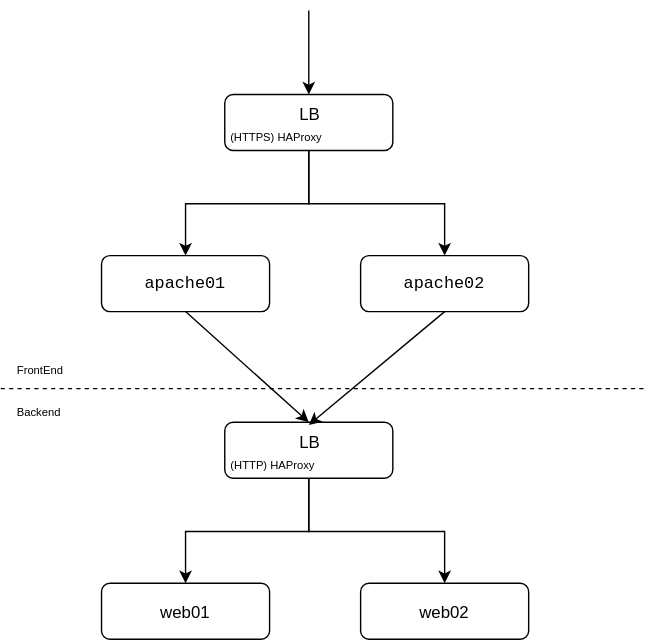
psamagal/vagrant-apache-modproxy keeps this draw.io diagram as overview.svg. Above is the earlier version. Source tidied: cells renumbered, new cells last; positions are measured from the earlier drawing's top-left corner, leaving out a move shared by most shapes.
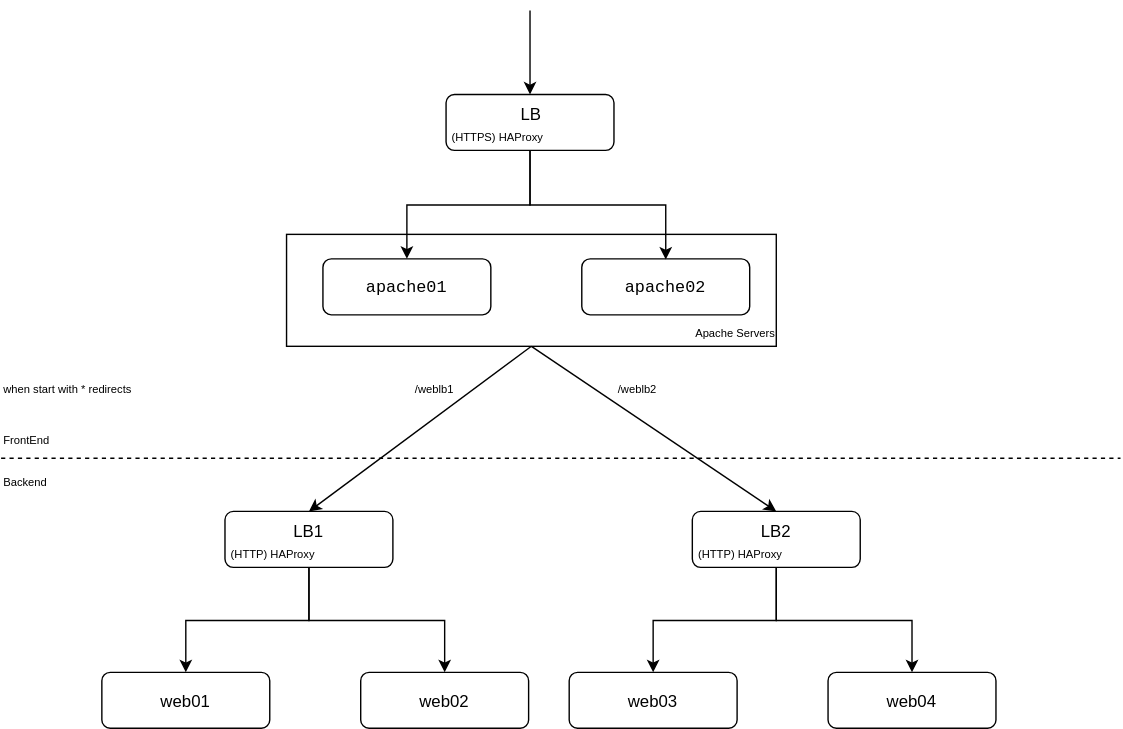
After the commit.

Commit message:
Define project objective

What changed in the source:
```diff
@@ -2,69 +2,112 @@
   <root>
     <mxCell id="0" />
     <mxCell id="1" parent="0" />
-    <mxCell id="2" style="group;" parent="1" vertex="1">
-      <mxGeometry width="460" height="449" as="geometry" />
-    </mxCell>
+    <mxCell id="15" style="endArrow=none;dashed=1;html=1;fontSize=8;" parent="1" edge="1">
+      <mxGeometry relative="1" as="geometry">
+        <mxPoint x="-10" y="380" as="sourcePoint" />
+        <mxPoint x="790" y="380" as="targetPoint" />
+      </mxGeometry>
+    </mxCell>
+    <mxCell id="16" value="FrontEnd" style="text;html=1;align=left;verticalAlign=top;spacingTop=-4;fontSize=8;" parent="1" vertex="1">
+      <mxGeometry x="-10" y="360" width="50" height="10" as="geometry" />
+    </mxCell>
+    <mxCell id="17" value="Backend" style="text;html=1;align=left;verticalAlign=top;spacingTop=-4;fontSize=8;" parent="1" vertex="1">
+      <mxGeometry x="-10" y="390" width="50" height="10" as="geometry" />
+    </mxCell>
+    <mxCell id="18" style="endArrow=classic;html=1;fontSize=8;exitX=0.5;exitY=1;entryX=0.5;entryY=0;" parent="1" edge="1" source="32" target="5">
+      <mxGeometry relative="1" as="geometry" />
+    </mxCell>
+    <mxCell id="21" style="group;" parent="1" vertex="1">
+      <mxGeometry x="396" y="418" width="305" height="155" as="geometry" />
+    </mxCell>
+    <mxCell id="22" style="group;" parent="21" vertex="1">
+      <mxGeometry width="305" height="155" as="geometry" />
+    </mxCell>
+    <mxCell id="23" value="LB2" style="rounded=1;whiteSpace=wrap;html=1;verticalAlign=top;" parent="22" vertex="1">
+      <mxGeometry x="88" width="120" height="40" as="geometry" />
+    </mxCell>
+    <mxCell id="24" value="&lt;div style=&quot;text-align: left&quot;&gt;&lt;span&gt;(HTTP) HAProxy&lt;/span&gt;&lt;/div&gt;" style="text;html=1;strokeColor=none;fillColor=none;align=center;verticalAlign=middle;whiteSpace=wrap;fontSize=8;" parent="22" vertex="1">
+      <mxGeometry x="82" y="20" width="80" height="20" as="geometry" />
+    </mxCell>
+    <mxCell id="25" value="web03" style="rounded=1;whiteSpace=wrap;html=1;verticalAlign=middle;" parent="22" vertex="1">
+      <mxGeometry y="115" width="120" height="40" as="geometry" />
+    </mxCell>
+    <mxCell id="26" style="edgeStyle=orthogonalEdgeStyle;rounded=0;html=1;entryX=0.5;entryY=0;jettySize=auto;fontSize=8;" parent="22" edge="1" source="23" target="25">
+      <mxGeometry relative="1" as="geometry" />
+    </mxCell>
+    <mxCell id="27" value="web04" style="rounded=1;whiteSpace=wrap;html=1;verticalAlign=middle;" parent="22" vertex="1">
+      <mxGeometry x="185" y="115" width="120" height="40" as="geometry" />
+    </mxCell>
+    <mxCell id="28" style="edgeStyle=orthogonalEdgeStyle;rounded=0;html=1;jettySize=auto;fontSize=8;" parent="22" edge="1" source="23" target="27">
+      <mxGeometry relative="1" as="geometry" />
+    </mxCell>
+    <mxCell id="29" style="group;" parent="1" vertex="1">
+      <mxGeometry x="62" y="418" width="305" height="155" as="geometry" />
+    </mxCell>
+    <mxCell id="30" style="group;" parent="29" vertex="1">
+      <mxGeometry width="305" height="155" as="geometry" />
+    </mxCell>
+    <mxCell id="5" value="LB1" style="rounded=1;whiteSpace=wrap;html=1;verticalAlign=top;" parent="30" vertex="1">
+      <mxGeometry x="88" width="120" height="40" as="geometry" />
+    </mxCell>
+    <mxCell id="11" value="&lt;div style=&quot;text-align: left&quot;&gt;&lt;span&gt;(HTTP) HAProxy&lt;/span&gt;&lt;/div&gt;" style="text;html=1;strokeColor=none;fillColor=none;align=center;verticalAlign=middle;whiteSpace=wrap;fontSize=8;" parent="30" vertex="1">
+      <mxGeometry x="82" y="20" width="80" height="20" as="geometry" />
+    </mxCell>
+    <mxCell id="12" value="web01" style="rounded=1;whiteSpace=wrap;html=1;verticalAlign=middle;" parent="30" vertex="1">
+      <mxGeometry y="115" width="120" height="40" as="geometry" />
+    </mxCell>
+    <mxCell id="13" style="edgeStyle=orthogonalEdgeStyle;rounded=0;html=1;entryX=0.5;entryY=0;jettySize=auto;fontSize=8;" parent="30" edge="1" source="5" target="12">
+      <mxGeometry relative="1" as="geometry" />
+    </mxCell>
+    <mxCell id="14" value="web02" style="rounded=1;whiteSpace=wrap;html=1;verticalAlign=middle;" parent="30" vertex="1">
+      <mxGeometry x="185" y="115" width="120" height="40" as="geometry" />
+    </mxCell>
+    <mxCell id="19" style="edgeStyle=orthogonalEdgeStyle;rounded=0;html=1;jettySize=auto;fontSize=8;" parent="30" edge="1" source="5" target="14">
+      <mxGeometry relative="1" as="geometry" />
+    </mxCell>
+    <mxCell id="31" style="group;" parent="1" vertex="1">
+      <mxGeometry x="194" y="60" width="350" height="240" as="geometry" />
+    </mxCell>
+    <mxCell id="32" style="rounded=0;whiteSpace=wrap;html=1;fontSize=8;align=center;" parent="31" vertex="1">
+      <mxGeometry y="160" width="350" height="80" as="geometry" />
+    </mxCell>
-    <mxCell id="3" value="&lt;pre&gt;&lt;span&gt;apache02&lt;/span&gt;&lt;/pre&gt;" style="rounded=1;whiteSpace=wrap;html=1;" parent="2" vertex="1">
-      <mxGeometry x="257" y="175" width="120" height="40" as="geometry" />
+    <mxCell id="3" value="&lt;pre&gt;&lt;span&gt;apache02&lt;/span&gt;&lt;/pre&gt;" style="rounded=1;whiteSpace=wrap;html=1;" parent="31" vertex="1">
+      <mxGeometry x="211" y="177.5" width="120" height="40" as="geometry" />
     </mxCell>
-    <mxCell id="4" value="&lt;pre&gt;&lt;span&gt;apache01&lt;/span&gt;&lt;/pre&gt;" style="rounded=1;whiteSpace=wrap;html=1;" parent="2" vertex="1">
-      <mxGeometry x="72" y="175" width="120" height="40" as="geometry" />
+    <mxCell id="4" value="&lt;pre&gt;&lt;span&gt;apache01&lt;/span&gt;&lt;/pre&gt;" style="rounded=1;whiteSpace=wrap;html=1;" parent="31" vertex="1">
+      <mxGeometry x="26" y="177.5" width="120" height="40" as="geometry" />
     </mxCell>
-    <mxCell id="5" value="LB" style="rounded=1;whiteSpace=wrap;html=1;verticalAlign=top;" parent="2" vertex="1">
-      <mxGeometry x="160" y="294" width="120" height="40" as="geometry" />
-    </mxCell>
-    <mxCell id="6" style="edgeStyle=orthogonalEdgeStyle;rounded=0;html=1;jettySize=auto;" parent="2" edge="1" source="8" target="4">
+    <mxCell id="6" style="edgeStyle=orthogonalEdgeStyle;rounded=0;html=1;jettySize=auto;" parent="31" edge="1" source="8" target="4">
       <mxGeometry relative="1" as="geometry" />
     </mxCell>
-    <mxCell id="7" style="edgeStyle=orthogonalEdgeStyle;rounded=0;html=1;entryX=0.5;entryY=0;jettySize=auto;" parent="2" edge="1" source="8" target="3">
+    <mxCell id="7" style="edgeStyle=orthogonalEdgeStyle;rounded=0;html=1;entryX=0.5;entryY=0;jettySize=auto;" parent="31" edge="1" source="8" target="3">
       <mxGeometry relative="1" as="geometry" />
     </mxCell>
-    <mxCell id="8" value="LB" style="rounded=1;whiteSpace=wrap;html=1;align=center;horizontal=1;verticalAlign=top;" parent="2" vertex="1">
-      <mxGeometry x="160" y="60" width="120" height="40" as="geometry" />
+    <mxCell id="8" value="LB" style="rounded=1;whiteSpace=wrap;html=1;align=center;horizontal=1;verticalAlign=top;" parent="31" vertex="1">
+      <mxGeometry x="114" y="60" width="120" height="40" as="geometry" />
     </mxCell>
-    <mxCell id="9" style="endArrow=classic;html=1;" parent="2" edge="1" target="8">
+    <mxCell id="9" style="endArrow=classic;html=1;" parent="31" edge="1" target="8">
       <mxGeometry relative="1" as="geometry">
-        <mxPoint x="220" as="sourcePoint" />
+        <mxPoint x="174" as="sourcePoint" />
       </mxGeometry>
     </mxCell>
-    <mxCell id="10" value="&lt;div style=&quot;text-align: left&quot;&gt;&lt;span&gt;(HTTPS) HAProxy&lt;/span&gt;&lt;/div&gt;" style="text;html=1;strokeColor=none;fillColor=none;align=center;verticalAlign=middle;whiteSpace=wrap;fontSize=8;" parent="2" vertex="1">
-      <mxGeometry x="157" y="80" width="80" height="20" as="geometry" />
+    <mxCell id="10" value="&lt;div style=&quot;text-align: left&quot;&gt;&lt;span&gt;(HTTPS) HAProxy&lt;/span&gt;&lt;/div&gt;" style="text;html=1;strokeColor=none;fillColor=none;align=center;verticalAlign=middle;whiteSpace=wrap;fontSize=8;" parent="31" vertex="1">
+      <mxGeometry x="111" y="80" width="80" height="20" as="geometry" />
     </mxCell>
-    <mxCell id="11" value="&lt;div style=&quot;text-align: left&quot;&gt;&lt;span&gt;(HTTP) HAProxy&lt;/span&gt;&lt;/div&gt;" style="text;html=1;strokeColor=none;fillColor=none;align=center;verticalAlign=middle;whiteSpace=wrap;fontSize=8;" parent="2" vertex="1">
-      <mxGeometry x="154" y="314" width="80" height="20" as="geometry" />
-    </mxCell>
-    <mxCell id="12" value="web01" style="rounded=1;whiteSpace=wrap;html=1;verticalAlign=middle;" parent="2" vertex="1">
-      <mxGeometry x="72" y="409" width="120" height="40" as="geometry" />
-    </mxCell>
-    <mxCell id="13" style="edgeStyle=orthogonalEdgeStyle;rounded=0;html=1;entryX=0.5;entryY=0;jettySize=auto;fontSize=8;" parent="2" edge="1" source="5" target="12">
-      <mxGeometry relative="1" as="geometry" />
-    </mxCell>
-    <mxCell id="14" value="web02" style="rounded=1;whiteSpace=wrap;html=1;verticalAlign=middle;" parent="2" vertex="1">
-      <mxGeometry x="257" y="409" width="120" height="40" as="geometry" />
-    </mxCell>
-    <mxCell id="15" style="endArrow=none;dashed=1;html=1;fontSize=8;" parent="2" edge="1">
-      <mxGeometry relative="1" as="geometry">
-        <mxPoint y="270" as="sourcePoint" />
-        <mxPoint x="460" y="270" as="targetPoint" />
-      </mxGeometry>
-    </mxCell>
-    <mxCell id="16" value="FrontEnd" style="text;html=1;align=left;verticalAlign=top;spacingTop=-4;fontSize=8;" parent="2" vertex="1">
-      <mxGeometry x="10" y="250" width="50" height="10" as="geometry" />
-    </mxCell>
-    <mxCell id="17" value="Backend" style="text;html=1;align=left;verticalAlign=top;spacingTop=-4;fontSize=8;" parent="2" vertex="1">
-      <mxGeometry x="10" y="280" width="50" height="10" as="geometry" />
-    </mxCell>
-    <mxCell id="18" style="endArrow=classic;html=1;fontSize=8;exitX=0.5;exitY=1;" parent="2" edge="1" source="3">
-      <mxGeometry relative="1" as="geometry">
-        <mxPoint x="220" y="296" as="targetPoint" />
-      </mxGeometry>
-    </mxCell>
-    <mxCell id="19" style="edgeStyle=orthogonalEdgeStyle;rounded=0;html=1;jettySize=auto;fontSize=8;" parent="2" edge="1" source="5" target="14">
-      <mxGeometry relative="1" as="geometry" />
-    </mxCell>
-    <mxCell id="20" style="endArrow=classic;html=1;fontSize=8;exitX=0.5;exitY=1;entryX=0.5;entryY=0;" parent="2" edge="1" source="4" target="5">
-      <mxGeometry relative="1" as="geometry" />
-    </mxCell>
+    <mxCell id="33" value="Apache Servers" style="text;html=1;strokeColor=none;fillColor=none;align=center;verticalAlign=middle;whiteSpace=wrap;comic=1;fontSize=8;" parent="31" vertex="1">
+      <mxGeometry x="290" y="220" width="60" height="20" as="geometry" />
+    </mxCell>
+    <mxCell id="34" style="endArrow=classic;html=1;fontSize=8;exitX=0.5;exitY=1;entryX=0.5;entryY=0;" parent="1" edge="1" source="32" target="23">
+      <mxGeometry relative="1" as="geometry" />
+    </mxCell>
+    <mxCell id="35" value="/weblb1" style="text;html=1;strokeColor=none;fillColor=none;align=center;verticalAlign=middle;whiteSpace=wrap;comic=1;fontSize=8;" parent="1" vertex="1">
+      <mxGeometry x="280" y="320" width="40" height="20" as="geometry" />
+    </mxCell>
+    <mxCell id="36" value="/weblb2" style="text;html=1;strokeColor=none;fillColor=none;align=center;verticalAlign=middle;whiteSpace=wrap;comic=1;fontSize=8;" parent="1" vertex="1">
+      <mxGeometry x="425" y="320" width="40" height="20" as="geometry" />
+    </mxCell>
+    <mxCell id="37" value="when start with * redirects" style="text;html=1;strokeColor=none;fillColor=none;align=left;verticalAlign=middle;whiteSpace=wrap;comic=1;fontSize=8;" parent="1" vertex="1">
+      <mxGeometry x="-10" y="320" width="110" height="20" as="geometry" />
+    </mxCell>
   </root>
 </mxGraphModel>
```
